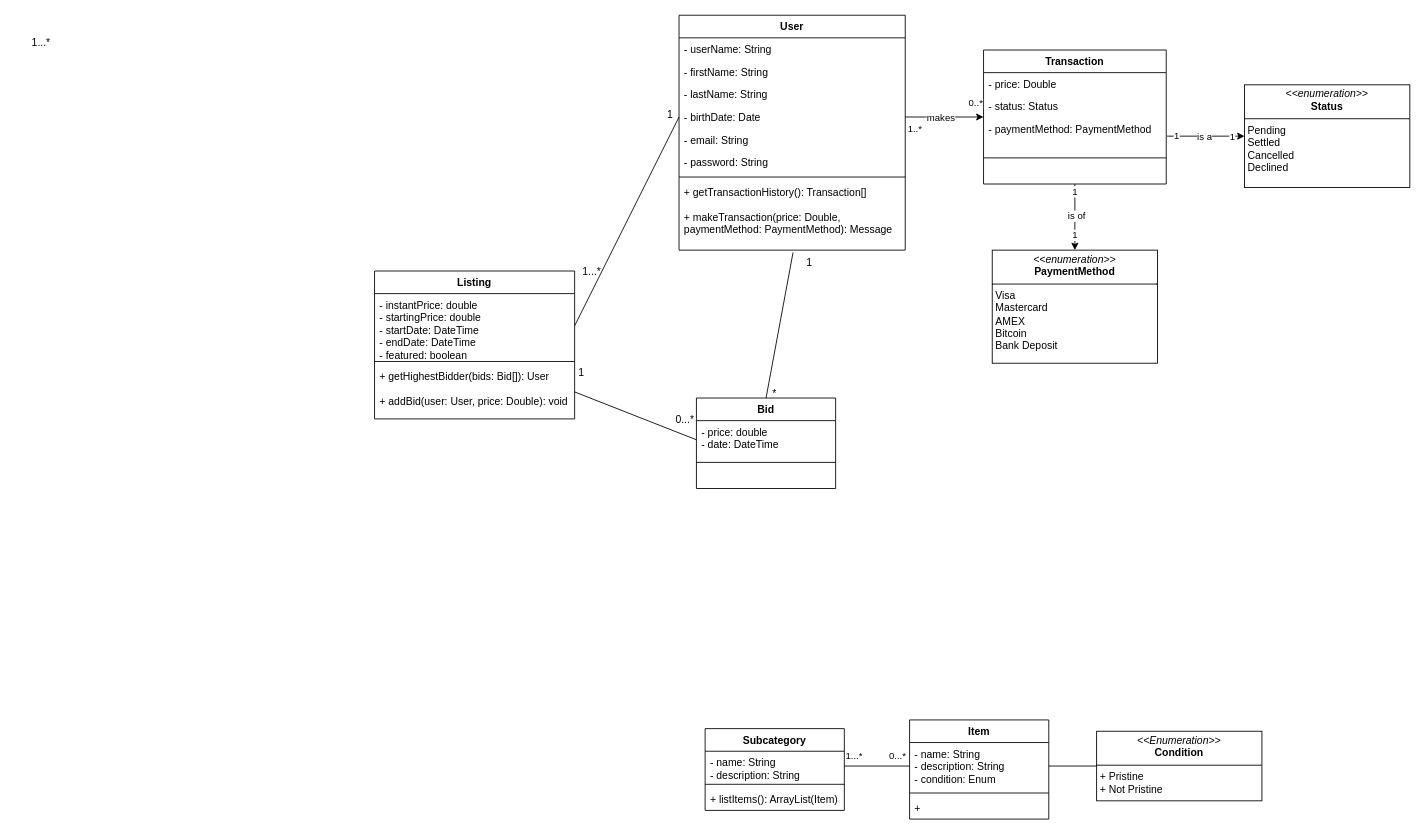
The draw.io diagram page "Page-1" (1 of 2) of Workshop4.drawio in antonykimuom/SWEN30006-2025-SM1-workshop1-tuew05-14-00-team-12, before the edit. Source tidied: cells renumbered, new cells numbered last; positions are measured from the earlier drawing's top-left corner, leaving out a move shared by most shapes. Both pictures are drawn from the tidied source at 87%, with x=0, y=0 at pixel (15, 15).
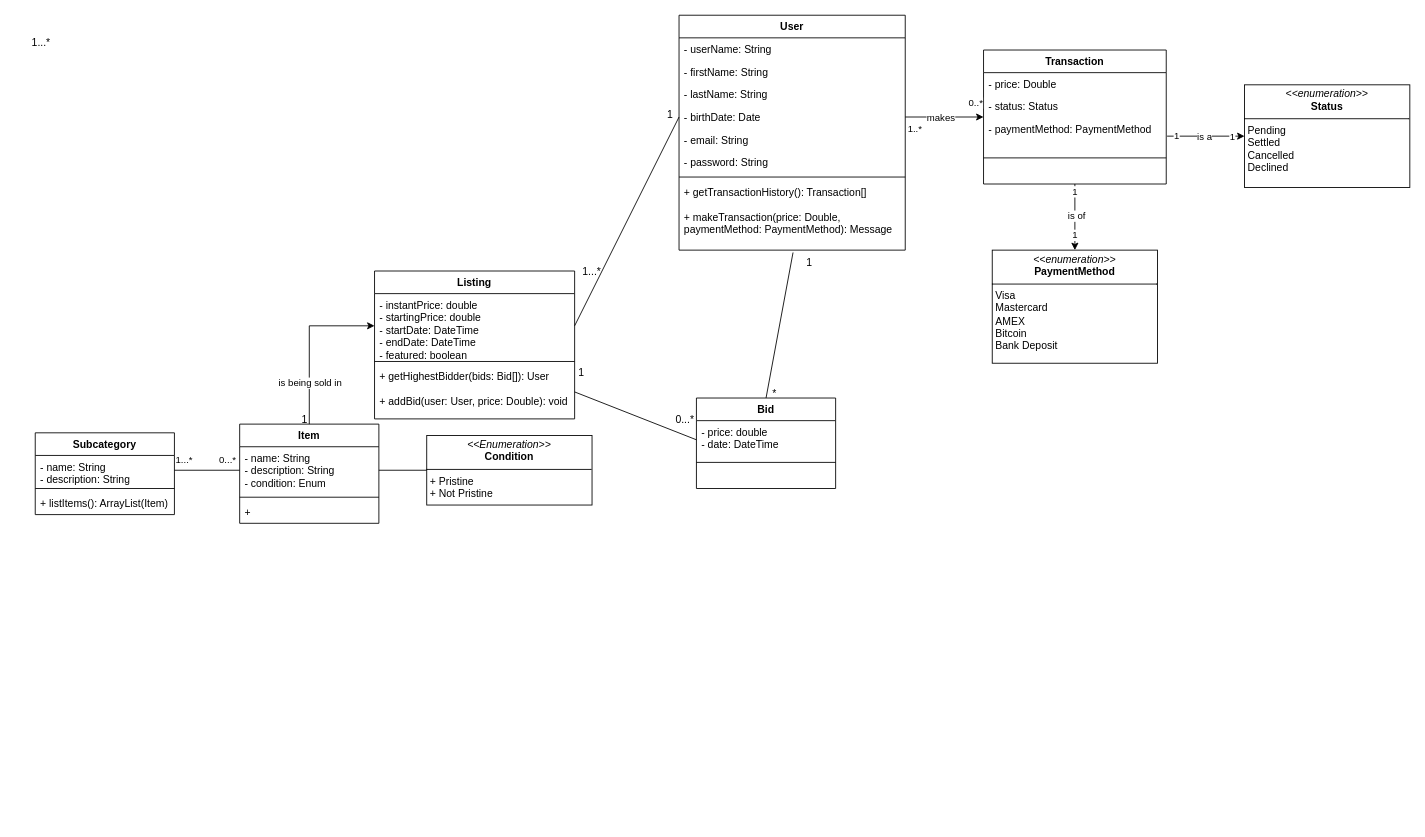
Above is the later version.

The change refers to these unchanged cells:
```xml
<mxCell id="12" value="- instantPrice: double&lt;div&gt;- startingPrice: double&lt;/div&gt;&lt;div&gt;- startDate: DateTime&lt;/div&gt;&lt;div&gt;- endDate: DateTime&lt;/div&gt;&lt;div&gt;- featured: boolean&lt;/div&gt;" style="text;strokeColor=none;fillColor=none;align=left;verticalAlign=top;spacingLeft=4;spacingRight=4;overflow=hidden;points=[[0,0.5],[1,0.5]];portConstraint=eastwest;whiteSpace=wrap;html=1;" parent="11" vertex="1">
  <mxGeometry y="26" width="230" height="74" as="geometry" />
</mxCell>
```

Change to the diagram source:
```diff
@@
     <mxCell id="19" value="Subcategory" style="swimlane;fontStyle=1;align=center;verticalAlign=top;horizontal=1;startSize=26;whiteSpace=wrap;html=1;" parent="1" vertex="1">
-      <mxGeometry x="793" y="820" width="160" height="94" as="geometry" />
+      <mxGeometry x="23" y="480" width="160" height="94" as="geometry" />
     </mxCell>
@@
     <mxCell id="34" value="Item" style="swimlane;fontStyle=1;align=center;verticalAlign=top;horizontal=1;startSize=26;whiteSpace=wrap;html=1;" parent="1" vertex="1">
-      <mxGeometry x="1028" y="810" width="160" height="114" as="geometry" />
+      <mxGeometry x="258" y="470" width="160" height="114" as="geometry" />
     </mxCell>
@@
     <mxCell id="50" value="&lt;p style=&quot;margin:0px;margin-top:4px;text-align:center;&quot;&gt;&lt;i&gt;&amp;lt;&amp;lt;Enumeration&amp;gt;&amp;gt;&lt;/i&gt;&lt;br&gt;&lt;b&gt;Condition&lt;/b&gt;&lt;/p&gt;&lt;hr size=&quot;1&quot; style=&quot;border-style:solid;&quot;&gt;&lt;p style=&quot;margin:0px;margin-left:4px;&quot;&gt;+ Pristine&lt;br&gt;+ Not Pristine&lt;/p&gt;" style="verticalAlign=top;align=left;overflow=fill;html=1;whiteSpace=wrap;" parent="1" vertex="1">
-      <mxGeometry x="1243" y="823" width="190" height="80" as="geometry" />
+      <mxGeometry x="473" y="483" width="190" height="80" as="geometry" />
     </mxCell>
@@
+    <mxCell id="65" style="group;" parent="1" vertex="1">
+      <mxGeometry x="303" y="450" width="60" height="30" as="geometry" />
+    </mxCell>
+    <mxCell id="66" style="edgeStyle=orthogonalEdgeStyle;rounded=0;jettySize=auto;html=1;entryX=0;entryY=0.5;entryDx=0;entryDy=0;" parent="65" edge="1" source="34" target="12">
+      <mxGeometry relative="1" as="geometry" />
+    </mxCell>
+    <mxCell id="67" value="is being sold in" style="edgeLabel;html=1;align=center;verticalAlign=middle;" parent="66" vertex="1">
+      <mxGeometry x="-0.49" relative="1" as="geometry" />
+    </mxCell>
+    <mxCell id="68" value="1" style="text;html=1;align=center;verticalAlign=middle;whiteSpace=wrap;rounded=0;" parent="65" vertex="1">
+      <mxGeometry width="60" height="30" as="geometry" />
+    </mxCell>
```
